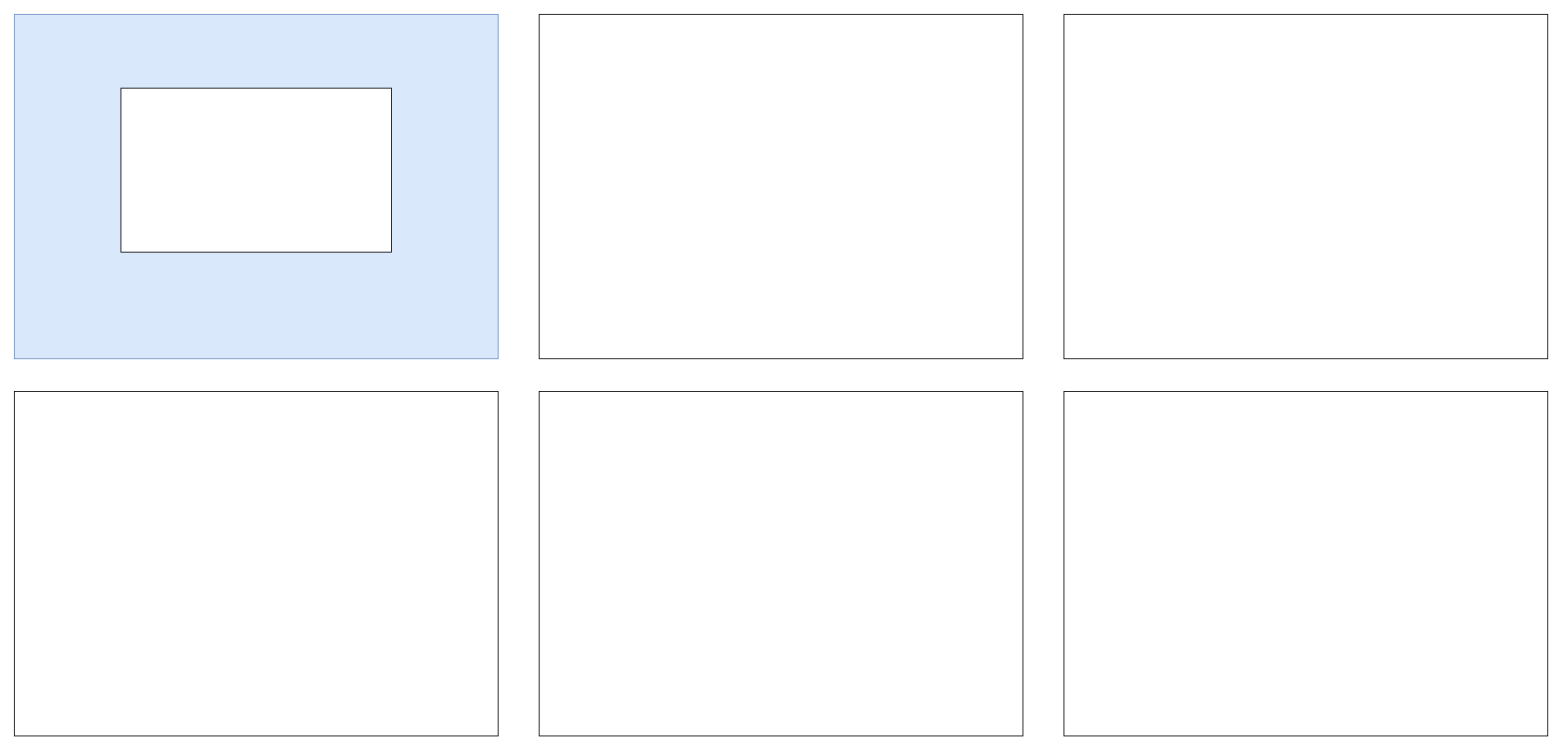
K-M-Shehan/software-design-docs keeps this draw.io diagram as HCI/user-flow.drawio. Above is the earlier version. Source tidied: cells renumbered, new cells numbered last; positions are measured from the earlier drawing's top-left corner, leaving out a move shared by most shapes. Both pictures are drawn from the tidied source at 82%, with x=0, y=0 at pixel (14, 14).
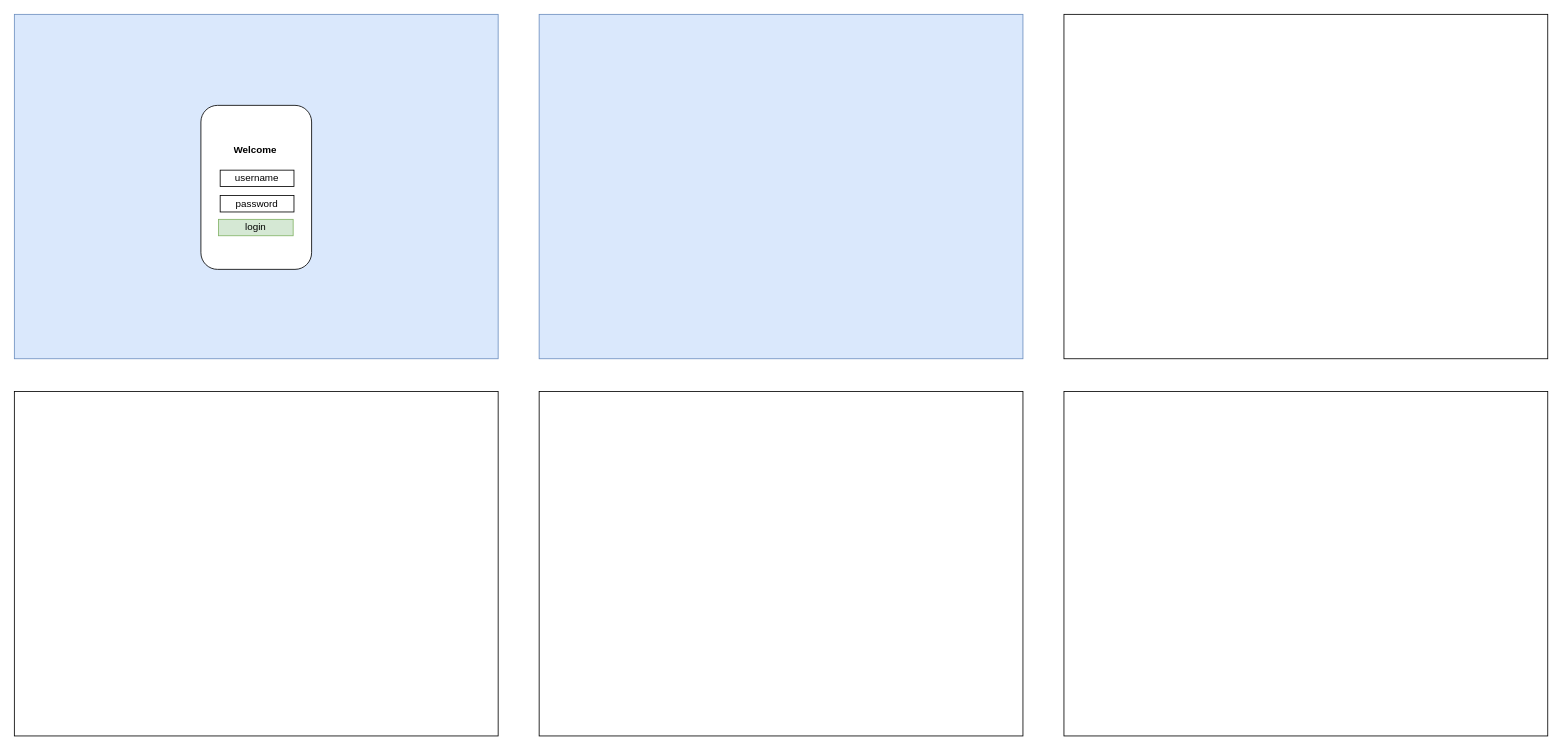
The same page after the edit.

Commit message:
added welcome page

What changed in the source:
```diff
@@
 <mxGraphModel>
   <root>
     <mxCell id="0" />
     <mxCell id="1" parent="0" />
     <mxCell id="2" style="rounded=0;whiteSpace=wrap;html=1;fillColor=#dae8fc;strokeColor=#6c8ebf;" parent="1" vertex="1">
       <mxGeometry width="590" height="420" as="geometry" />
     </mxCell>
-    <mxCell id="3" style="rounded=0;whiteSpace=wrap;html=1;" parent="1" vertex="1">
+    <mxCell id="3" style="rounded=0;whiteSpace=wrap;html=1;fillColor=#dae8fc;strokeColor=#6c8ebf;" parent="1" vertex="1">
       <mxGeometry x="640" width="590" height="420" as="geometry" />
     </mxCell>
     <mxCell id="4" style="rounded=0;whiteSpace=wrap;html=1;" parent="1" vertex="1">
       <mxGeometry x="1280" width="590" height="420" as="geometry" />
     </mxCell>
     <mxCell id="5" style="rounded=0;whiteSpace=wrap;html=1;" parent="1" vertex="1">
       <mxGeometry y="460" width="590" height="420" as="geometry" />
     </mxCell>
     <mxCell id="6" style="rounded=0;whiteSpace=wrap;html=1;" parent="1" vertex="1">
       <mxGeometry x="640" y="460" width="590" height="420" as="geometry" />
     </mxCell>
     <mxCell id="7" style="rounded=0;whiteSpace=wrap;html=1;" parent="1" vertex="1">
       <mxGeometry x="1280" y="460" width="590" height="420" as="geometry" />
     </mxCell>
-    <mxCell id="8" style="rounded=0;whiteSpace=wrap;html=1;" parent="1" vertex="1">
-      <mxGeometry x="130" y="90" width="330" height="200" as="geometry" />
-    </mxCell>
+    <mxCell id="9" style="rounded=1;whiteSpace=wrap;html=1;" parent="1" vertex="1">
+      <mxGeometry x="227.5" y="111" width="135" height="200" as="geometry" />
+    </mxCell>
+    <mxCell id="10" value="&lt;div align=&quot;center&quot;&gt;&lt;b&gt;Welcome&lt;/b&gt;&lt;/div&gt;" style="text;strokeColor=none;fillColor=none;align=center;verticalAlign=middle;spacingLeft=4;spacingRight=4;overflow=hidden;whiteSpace=wrap;html=1;" parent="1" vertex="1">
+      <mxGeometry x="254" y="150" width="80" height="30" as="geometry" />
+    </mxCell>
+    <mxCell id="11" value="username" style="rounded=0;whiteSpace=wrap;html=1;" parent="1" vertex="1">
+      <mxGeometry x="251" y="190" width="90" height="20" as="geometry" />
+    </mxCell>
+    <mxCell id="12" value="password" style="rounded=0;whiteSpace=wrap;html=1;" parent="1" vertex="1">
+      <mxGeometry x="251" y="221" width="90" height="20" as="geometry" />
+    </mxCell>
+    <mxCell id="13" value="login" style="rounded=0;whiteSpace=wrap;html=1;fillColor=#d5e8d4;strokeColor=#82b366;" parent="1" vertex="1">
+      <mxGeometry x="249" y="250" width="91" height="20" as="geometry" />
+    </mxCell>
   </root>
 </mxGraphModel>
```
